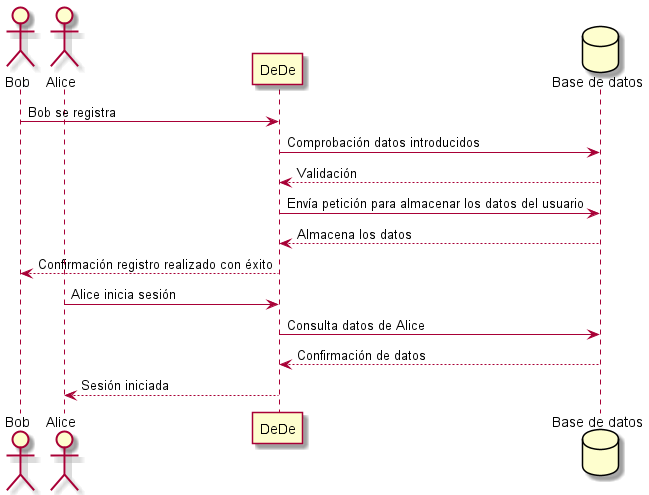
This is images/06_runtime_registro.png from Arquisoft/dede_es6b, a PlantUML export, as it was before one commit.
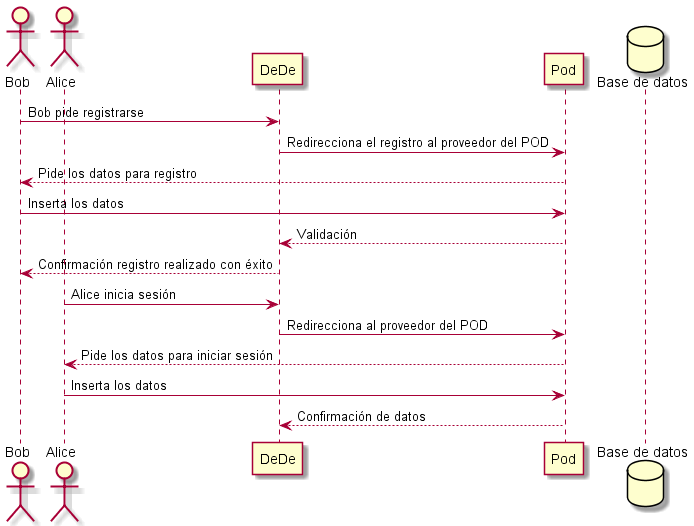
Later version of the same file.

Diff of the diagram source:
```diff
@@ -2,15 +2,17 @@
 actor Bob
 actor Alice
 participant DeDe
+participant Pod
 database bd as "Base de datos"
-Bob -> DeDe: Bob se registra
-DeDe -> bd: Comprobación datos introducidos
-DeDe <-- bd: Validación
-DeDe -> bd: Envía petición para almacenar los datos del usuario
-DeDe <-- bd: Almacena los datos
+Bob -> DeDe: Bob pide registrarse
+DeDe -> Pod: Redirecciona el registro al proveedor del POD
+Bob <-- Pod: Pide los datos para registro
+Bob -> Pod: Inserta los datos
+DeDe <-- Pod: Validación
 Bob <-- DeDe: Confirmación registro realizado con éxito
 Alice -> DeDe: Alice inicia sesión
-DeDe -> bd: Consulta datos de Alice
-DeDe <-- bd: Confirmación de datos
-Alice <-- DeDe: Sesión iniciada
+DeDe -> Pod: Redirecciona al proveedor del POD
+Alice <-- Pod: Pide los datos para iniciar sesión
+Alice -> Pod: Inserta los datos
+DeDe <-- Pod: Confirmación de datos
 @enduml
```
